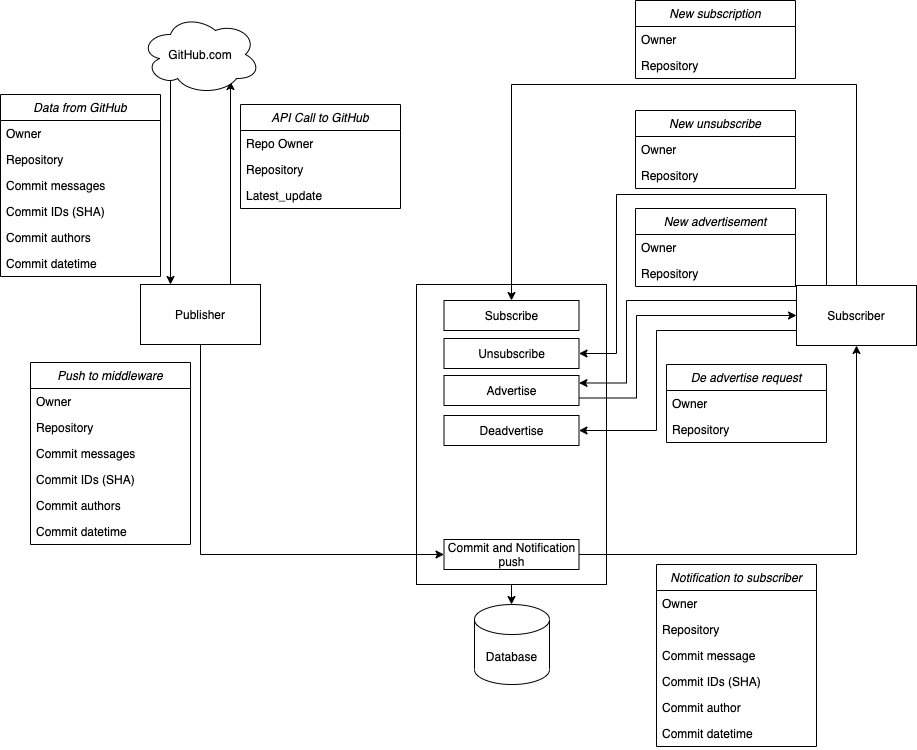
The draw.io diagram DataflowDiagram.png in DaleSid/github-notifier, before a commit. Source tidied: cells renumbered, new cells last; positions are measured from the earlier drawing's top-left corner, leaving out a move shared by most shapes.
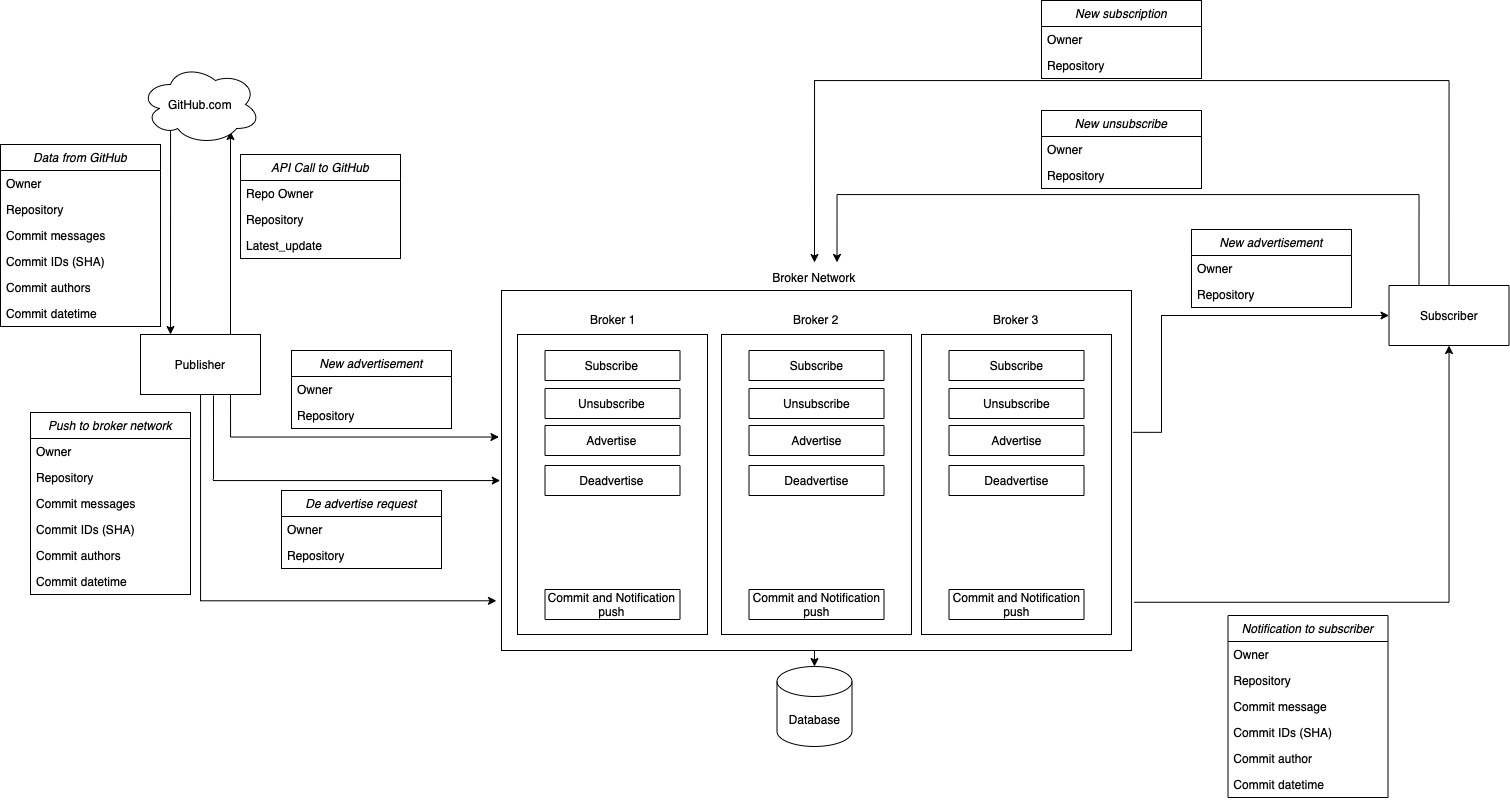
The same diagram one commit later.

What changed in the source:
```diff
@@ -2,24 +2,30 @@
   <root>
     <mxCell id="0" />
     <mxCell id="1" parent="0" />
+    <mxCell id="59" style="rounded=0;whiteSpace=wrap;html=1;" parent="1" vertex="1">
+      <mxGeometry x="400" y="240" width="630" height="360" as="geometry" />
+    </mxCell>
     <mxCell id="2" style="edgeStyle=orthogonalEdgeStyle;rounded=0;jettySize=auto;html=1;exitX=0.75;exitY=0;exitDx=0;exitDy=0;entryX=0.75;entryY=0.838;entryDx=0;entryDy=0;entryPerimeter=0;" parent="1" edge="1" source="3" target="5">
       <mxGeometry relative="1" as="geometry" />
     </mxCell>
+    <mxCell id="60" style="edgeStyle=orthogonalEdgeStyle;rounded=0;jettySize=auto;html=1;exitX=0.75;exitY=1;exitDx=0;exitDy=0;entryX=-0.004;entryY=0.407;entryDx=0;entryDy=0;entryPerimeter=0;" parent="1" edge="1" source="3" target="59">
+      <mxGeometry relative="1" as="geometry" />
+    </mxCell>
     <mxCell id="3" value="Publisher" style="rounded=0;whiteSpace=wrap;html=1;" parent="1" vertex="1">
-      <mxGeometry x="140" y="284" width="120" height="60" as="geometry" />
+      <mxGeometry x="39" y="284" width="120" height="60" as="geometry" />
     </mxCell>
     <mxCell id="4" style="edgeStyle=orthogonalEdgeStyle;rounded=0;jettySize=auto;html=1;entryX=0.25;entryY=0;entryDx=0;entryDy=0;exitX=0.31;exitY=0.8;exitDx=0;exitDy=0;exitPerimeter=0;" parent="1" edge="1" source="5" target="3">
       <mxGeometry relative="1" as="geometry">
         <Array as="points">
-          <mxPoint x="170" y="78" />
+          <mxPoint x="69" y="78" />
         </Array>
       </mxGeometry>
     </mxCell>
     <mxCell id="5" value="GitHub.com" style="ellipse;shape=cloud;whiteSpace=wrap;html=1;" parent="1" vertex="1">
-      <mxGeometry x="140" y="14" width="120" height="80" as="geometry" />
+      <mxGeometry x="39" y="14" width="120" height="80" as="geometry" />
     </mxCell>
     <mxCell id="6" value="API Call to GitHub" style="swimlane;fontStyle=2;align=center;verticalAlign=top;horizontal=1;startSize=26;rounded=0;shadow=0;strokeWidth=1;" parent="1" vertex="1">
-      <mxGeometry x="240" y="104" width="160" height="104" as="geometry" />
+      <mxGeometry x="139" y="104" width="160" height="104" as="geometry" />
     </mxCell>
     <mxCell id="7" value="Repo Owner" style="text;align=left;verticalAlign=top;spacingLeft=4;spacingRight=4;overflow=hidden;" parent="6" vertex="1">
       <mxGeometry y="26" width="160" height="26" as="geometry" />
@@ -31,7 +37,7 @@
       <mxGeometry y="78" width="160" height="26" as="geometry" />
     </mxCell>
     <mxCell id="10" value="Data from GitHub" style="swimlane;fontStyle=2;align=center;verticalAlign=top;horizontal=1;startSize=26;rounded=0;shadow=0;strokeWidth=1;" parent="1" vertex="1">
-      <mxGeometry y="94" width="160" height="182" as="geometry" />
+      <mxGeometry x="-101" y="94" width="160" height="182" as="geometry" />
     </mxCell>
     <mxCell id="11" value="Owner" style="text;align=left;verticalAlign=top;spacingLeft=4;spacingRight=4;overflow=hidden;" parent="10" vertex="1">
       <mxGeometry y="26" width="160" height="26" as="geometry" />
@@ -51,14 +57,16 @@
     <mxCell id="16" value="Commit datetime" style="text;align=left;verticalAlign=top;spacingLeft=4;spacingRight=4;overflow=hidden;" parent="10" vertex="1">
       <mxGeometry y="156" width="160" height="26" as="geometry" />
     </mxCell>
-    <mxCell id="17" style="edgeStyle=orthogonalEdgeStyle;rounded=0;jettySize=auto;html=1;entryX=0.5;entryY=0;entryDx=0;entryDy=0;entryPerimeter=0;" parent="1" edge="1" source="18" target="28">
-      <mxGeometry relative="1" as="geometry" />
+    <mxCell id="17" style="edgeStyle=orthogonalEdgeStyle;rounded=0;jettySize=auto;html=1;entryX=0.5;entryY=0;entryDx=0;entryDy=0;entryPerimeter=0;" parent="1" edge="1" target="28">
+      <mxGeometry relative="1" as="geometry">
+        <mxPoint x="713" y="600" as="sourcePoint" />
+      </mxGeometry>
     </mxCell>
     <mxCell id="18" style="rounded=0;whiteSpace=wrap;html=1;" parent="1" vertex="1">
       <mxGeometry x="416" y="284" width="190" height="300" as="geometry" />
     </mxCell>
-    <mxCell id="19" value="Push to middleware" style="swimlane;fontStyle=2;align=center;verticalAlign=top;horizontal=1;startSize=26;rounded=0;shadow=0;strokeWidth=1;" parent="1" vertex="1">
-      <mxGeometry x="30" y="362" width="160" height="182" as="geometry" />
+    <mxCell id="19" value="Push to broker network" style="swimlane;fontStyle=2;align=center;verticalAlign=top;horizontal=1;startSize=26;rounded=0;shadow=0;strokeWidth=1;" parent="1" vertex="1">
+      <mxGeometry x="-71" y="362" width="160" height="182" as="geometry" />
     </mxCell>
     <mxCell id="20" value="Owner" style="text;align=left;verticalAlign=top;spacingLeft=4;spacingRight=4;overflow=hidden;" parent="19" vertex="1">
       <mxGeometry y="26" width="160" height="26" as="geometry" />
@@ -78,14 +86,14 @@
     <mxCell id="25" value="Commit datetime" style="text;align=left;verticalAlign=top;spacingLeft=4;spacingRight=4;overflow=hidden;" parent="19" vertex="1">
       <mxGeometry y="156" width="160" height="26" as="geometry" />
     </mxCell>
-    <mxCell id="26" style="edgeStyle=orthogonalEdgeStyle;rounded=0;jettySize=auto;html=1;exitX=1;exitY=0.5;exitDx=0;exitDy=0;entryX=0.5;entryY=1;entryDx=0;entryDy=0;" parent="1" edge="1" source="27" target="38">
+    <mxCell id="26" style="edgeStyle=orthogonalEdgeStyle;rounded=0;jettySize=auto;html=1;exitX=1.004;exitY=0.866;exitDx=0;exitDy=0;entryX=0.5;entryY=1;entryDx=0;entryDy=0;exitPerimeter=0;" parent="1" edge="1" source="59" target="38">
       <mxGeometry relative="1" as="geometry" />
     </mxCell>
     <mxCell id="27" value="Commit and Notification push" style="rounded=0;whiteSpace=wrap;html=1;" parent="1" vertex="1">
       <mxGeometry x="443.5" y="539" width="135" height="30" as="geometry" />
     </mxCell>
     <mxCell id="28" value="Database" style="shape=cylinder3;whiteSpace=wrap;html=1;boundedLbl=1;backgroundOutline=1;size=15;" parent="1" vertex="1">
-      <mxGeometry x="474" y="604" width="75" height="80" as="geometry" />
+      <mxGeometry x="675.5" y="616" width="75" height="80" as="geometry" />
     </mxCell>
     <mxCell id="29" value="Subscribe" style="rounded=0;whiteSpace=wrap;html=1;" parent="1" vertex="1">
       <mxGeometry x="443.5" y="300" width="135" height="30" as="geometry" />
@@ -93,61 +101,48 @@
     <mxCell id="30" value="Unsubscribe" style="rounded=0;whiteSpace=wrap;html=1;" parent="1" vertex="1">
       <mxGeometry x="443.5" y="338" width="135" height="30" as="geometry" />
     </mxCell>
-    <mxCell id="31" style="edgeStyle=orthogonalEdgeStyle;rounded=0;jettySize=auto;html=1;exitX=1;exitY=0.75;exitDx=0;exitDy=0;entryX=0;entryY=0.5;entryDx=0;entryDy=0;" parent="1" edge="1" source="32" target="38">
-      <mxGeometry relative="1" as="geometry">
-        <Array as="points">
-          <mxPoint x="636" y="398" />
-          <mxPoint x="636" y="315" />
-        </Array>
-      </mxGeometry>
-    </mxCell>
     <mxCell id="32" value="Advertise" style="rounded=0;whiteSpace=wrap;html=1;" parent="1" vertex="1">
       <mxGeometry x="443.5" y="375" width="135" height="30" as="geometry" />
     </mxCell>
     <mxCell id="33" value="Deadvertise" style="rounded=0;whiteSpace=wrap;html=1;" parent="1" vertex="1">
       <mxGeometry x="443.5" y="415" width="135" height="30" as="geometry" />
     </mxCell>
-    <mxCell id="34" style="edgeStyle=orthogonalEdgeStyle;rounded=0;jettySize=auto;html=1;entryX=0.5;entryY=0;entryDx=0;entryDy=0;exitX=0.5;exitY=0;exitDx=0;exitDy=0;" parent="1" edge="1" source="38" target="29">
+    <mxCell id="34" style="edgeStyle=orthogonalEdgeStyle;rounded=0;jettySize=auto;html=1;entryX=0.5;entryY=0;entryDx=0;entryDy=0;exitX=0.5;exitY=0;exitDx=0;exitDy=0;" parent="1" edge="1" source="38" target="73">
       <mxGeometry relative="1" as="geometry">
         <Array as="points">
-          <mxPoint x="856" y="84" />
-          <mxPoint x="511" y="84" />
+          <mxPoint x="1348" y="30" />
+          <mxPoint x="713" y="30" />
         </Array>
       </mxGeometry>
     </mxCell>
-    <mxCell id="35" style="edgeStyle=orthogonalEdgeStyle;rounded=0;jettySize=auto;html=1;exitX=0.25;exitY=0;exitDx=0;exitDy=0;entryX=1;entryY=0.5;entryDx=0;entryDy=0;" parent="1" edge="1" source="38" target="30">
+    <mxCell id="35" style="edgeStyle=orthogonalEdgeStyle;rounded=0;jettySize=auto;html=1;exitX=0.25;exitY=0;exitDx=0;exitDy=0;entryX=0.75;entryY=0;entryDx=0;entryDy=0;" parent="1" edge="1" source="38" target="73">
       <mxGeometry relative="1" as="geometry">
         <Array as="points">
-          <mxPoint x="826" y="194" />
-          <mxPoint x="616" y="194" />
-          <mxPoint x="616" y="353" />
+          <mxPoint x="1318" y="144" />
+          <mxPoint x="736" y="144" />
         </Array>
       </mxGeometry>
     </mxCell>
-    <mxCell id="36" style="edgeStyle=orthogonalEdgeStyle;rounded=0;jettySize=auto;html=1;exitX=0;exitY=0.25;exitDx=0;exitDy=0;entryX=1;entryY=0.25;entryDx=0;entryDy=0;" parent="1" edge="1" source="38" target="32">
+    <mxCell id="36" style="edgeStyle=orthogonalEdgeStyle;rounded=0;jettySize=auto;html=1;exitX=1.002;exitY=0.394;exitDx=0;exitDy=0;entryX=0;entryY=0.5;entryDx=0;entryDy=0;exitPerimeter=0;" parent="1" edge="1" source="59" target="38">
       <mxGeometry relative="1" as="geometry">
         <Array as="points">
-          <mxPoint x="626" y="300" />
-          <mxPoint x="626" y="383" />
+          <mxPoint x="1060" y="382" />
+          <mxPoint x="1060" y="265" />
         </Array>
       </mxGeometry>
     </mxCell>
-    <mxCell id="37" style="edgeStyle=orthogonalEdgeStyle;rounded=0;jettySize=auto;html=1;exitX=0;exitY=0.75;exitDx=0;exitDy=0;entryX=1;entryY=0.5;entryDx=0;entryDy=0;" parent="1" edge="1" source="38" target="33">
-      <mxGeometry relative="1" as="geometry">
-        <Array as="points">
-          <mxPoint x="656" y="330" />
-          <mxPoint x="656" y="430" />
-        </Array>
-      </mxGeometry>
-    </mxCell>
     <mxCell id="38" value="Subscriber" style="rounded=0;whiteSpace=wrap;html=1;" parent="1" vertex="1">
-      <mxGeometry x="796" y="285" width="120" height="60" as="geometry" />
+      <mxGeometry x="1287.5" y="235" width="120" height="60" as="geometry" />
     </mxCell>
-    <mxCell id="39" style="edgeStyle=orthogonalEdgeStyle;rounded=0;jettySize=auto;html=1;entryX=0;entryY=0.5;entryDx=0;entryDy=0;exitX=0.5;exitY=1;exitDx=0;exitDy=0;" parent="1" edge="1" source="3" target="27">
-      <mxGeometry relative="1" as="geometry" />
+    <mxCell id="39" style="edgeStyle=orthogonalEdgeStyle;rounded=0;jettySize=auto;html=1;exitX=0.5;exitY=1;exitDx=0;exitDy=0;entryX=-0.008;entryY=0.862;entryDx=0;entryDy=0;entryPerimeter=0;" parent="1" edge="1" source="3" target="59">
+      <mxGeometry relative="1" as="geometry">
+        <Array as="points">
+          <mxPoint x="99" y="550" />
+        </Array>
+      </mxGeometry>
     </mxCell>
     <mxCell id="40" value="Notification to subscriber" style="swimlane;fontStyle=2;align=center;verticalAlign=top;horizontal=1;startSize=26;rounded=0;shadow=0;strokeWidth=1;" parent="1" vertex="1">
-      <mxGeometry x="656" y="564" width="160" height="182" as="geometry" />
+      <mxGeometry x="1126.5" y="565" width="160" height="182" as="geometry" />
     </mxCell>
     <mxCell id="41" value="Owner" style="text;align=left;verticalAlign=top;spacingLeft=4;spacingRight=4;overflow=hidden;" parent="40" vertex="1">
       <mxGeometry y="26" width="160" height="26" as="geometry" />
@@ -168,7 +163,7 @@
       <mxGeometry y="156" width="160" height="26" as="geometry" />
     </mxCell>
     <mxCell id="47" value="New subscription" style="swimlane;fontStyle=2;align=center;verticalAlign=top;horizontal=1;startSize=26;rounded=0;shadow=0;strokeWidth=1;" parent="1" vertex="1">
-      <mxGeometry x="635" width="160" height="78" as="geometry" />
+      <mxGeometry x="940" y="-50" width="160" height="78" as="geometry" />
     </mxCell>
     <mxCell id="48" value="Owner" style="text;align=left;verticalAlign=top;spacingLeft=4;spacingRight=4;overflow=hidden;" parent="47" vertex="1">
       <mxGeometry y="26" width="160" height="26" as="geometry" />
@@ -177,7 +172,7 @@
       <mxGeometry y="52" width="160" height="26" as="geometry" />
     </mxCell>
     <mxCell id="50" value="New unsubscribe" style="swimlane;fontStyle=2;align=center;verticalAlign=top;horizontal=1;startSize=26;rounded=0;shadow=0;strokeWidth=1;" parent="1" vertex="1">
-      <mxGeometry x="635" y="110" width="160" height="78" as="geometry" />
+      <mxGeometry x="940" y="60" width="160" height="78" as="geometry" />
     </mxCell>
     <mxCell id="51" value="Owner" style="text;align=left;verticalAlign=top;spacingLeft=4;spacingRight=4;overflow=hidden;" parent="50" vertex="1">
       <mxGeometry y="26" width="160" height="26" as="geometry" />
@@ -186,7 +181,7 @@
       <mxGeometry y="52" width="160" height="26" as="geometry" />
     </mxCell>
     <mxCell id="53" value="New advertisement" style="swimlane;fontStyle=2;align=center;verticalAlign=top;horizontal=1;startSize=26;rounded=0;shadow=0;strokeWidth=1;" parent="1" vertex="1">
-      <mxGeometry x="635" y="208" width="160" height="78" as="geometry" />
+      <mxGeometry x="1090" y="179" width="160" height="78" as="geometry" />
     </mxCell>
     <mxCell id="54" value="Owner" style="text;align=left;verticalAlign=top;spacingLeft=4;spacingRight=4;overflow=hidden;" parent="53" vertex="1">
       <mxGeometry y="26" width="160" height="26" as="geometry" />
@@ -194,14 +189,74 @@
     <mxCell id="55" value="Repository" style="text;align=left;verticalAlign=top;spacingLeft=4;spacingRight=4;overflow=hidden;rounded=0;shadow=0;html=0;" parent="53" vertex="1">
       <mxGeometry y="52" width="160" height="26" as="geometry" />
     </mxCell>
+    <mxCell id="61" style="rounded=0;whiteSpace=wrap;html=1;" parent="1" vertex="1">
+      <mxGeometry x="620" y="284" width="190" height="300" as="geometry" />
+    </mxCell>
+    <mxCell id="62" value="Commit and Notification push" style="rounded=0;whiteSpace=wrap;html=1;" parent="1" vertex="1">
+      <mxGeometry x="647.5" y="539" width="135" height="30" as="geometry" />
+    </mxCell>
+    <mxCell id="63" value="Subscribe" style="rounded=0;whiteSpace=wrap;html=1;" parent="1" vertex="1">
+      <mxGeometry x="647.5" y="300" width="135" height="30" as="geometry" />
+    </mxCell>
+    <mxCell id="64" value="Unsubscribe" style="rounded=0;whiteSpace=wrap;html=1;" parent="1" vertex="1">
+      <mxGeometry x="647.5" y="338" width="135" height="30" as="geometry" />
+    </mxCell>
+    <mxCell id="65" value="Advertise" style="rounded=0;whiteSpace=wrap;html=1;" parent="1" vertex="1">
+      <mxGeometry x="647.5" y="375" width="135" height="30" as="geometry" />
+    </mxCell>
+    <mxCell id="66" value="Deadvertise" style="rounded=0;whiteSpace=wrap;html=1;" parent="1" vertex="1">
+      <mxGeometry x="647.5" y="415" width="135" height="30" as="geometry" />
+    </mxCell>
+    <mxCell id="67" style="rounded=0;whiteSpace=wrap;html=1;" parent="1" vertex="1">
+      <mxGeometry x="820" y="284" width="190" height="300" as="geometry" />
+    </mxCell>
+    <mxCell id="68" value="Commit and Notification push" style="rounded=0;whiteSpace=wrap;html=1;" parent="1" vertex="1">
+      <mxGeometry x="847.5" y="539" width="135" height="30" as="geometry" />
+    </mxCell>
+    <mxCell id="69" value="Subscribe" style="rounded=0;whiteSpace=wrap;html=1;" parent="1" vertex="1">
+      <mxGeometry x="847.5" y="300" width="135" height="30" as="geometry" />
+    </mxCell>
+    <mxCell id="70" value="Unsubscribe" style="rounded=0;whiteSpace=wrap;html=1;" parent="1" vertex="1">
+      <mxGeometry x="847.5" y="338" width="135" height="30" as="geometry" />
+    </mxCell>
+    <mxCell id="71" value="Advertise" style="rounded=0;whiteSpace=wrap;html=1;" parent="1" vertex="1">
+      <mxGeometry x="847.5" y="375" width="135" height="30" as="geometry" />
+    </mxCell>
+    <mxCell id="72" value="Deadvertise" style="rounded=0;whiteSpace=wrap;html=1;" parent="1" vertex="1">
+      <mxGeometry x="847.5" y="415" width="135" height="30" as="geometry" />
+    </mxCell>
+    <mxCell id="73" value="Broker Network" style="text;html=1;strokeColor=none;fillColor=none;align=center;verticalAlign=middle;whiteSpace=wrap;rounded=0;" parent="1" vertex="1">
+      <mxGeometry x="668" y="212" width="90" height="30" as="geometry" />
+    </mxCell>
+    <mxCell id="74" value="Broker 1" style="text;html=1;strokeColor=none;fillColor=none;align=center;verticalAlign=middle;whiteSpace=wrap;rounded=0;" parent="1" vertex="1">
+      <mxGeometry x="466.5" y="254" width="90" height="30" as="geometry" />
+    </mxCell>
+    <mxCell id="75" value="Broker 2" style="text;html=1;strokeColor=none;fillColor=none;align=center;verticalAlign=middle;whiteSpace=wrap;rounded=0;" parent="1" vertex="1">
+      <mxGeometry x="670" y="254" width="90" height="30" as="geometry" />
+    </mxCell>
+    <mxCell id="76" value="Broker 3" style="text;html=1;strokeColor=none;fillColor=none;align=center;verticalAlign=middle;whiteSpace=wrap;rounded=0;" parent="1" vertex="1">
+      <mxGeometry x="870" y="254" width="90" height="30" as="geometry" />
+    </mxCell>
+    <mxCell id="77" value="New advertisement" style="swimlane;fontStyle=2;align=center;verticalAlign=top;horizontal=1;startSize=26;rounded=0;shadow=0;strokeWidth=1;" parent="1" vertex="1">
+      <mxGeometry x="190" y="300" width="160" height="78" as="geometry" />
+    </mxCell>
+    <mxCell id="78" value="Owner" style="text;align=left;verticalAlign=top;spacingLeft=4;spacingRight=4;overflow=hidden;" parent="77" vertex="1">
+      <mxGeometry y="26" width="160" height="26" as="geometry" />
+    </mxCell>
+    <mxCell id="79" value="Repository" style="text;align=left;verticalAlign=top;spacingLeft=4;spacingRight=4;overflow=hidden;rounded=0;shadow=0;html=0;" parent="77" vertex="1">
+      <mxGeometry y="52" width="160" height="26" as="geometry" />
+    </mxCell>
+    <mxCell id="80" style="edgeStyle=orthogonalEdgeStyle;rounded=0;jettySize=auto;html=1;exitX=0.608;exitY=1.017;exitDx=0;exitDy=0;entryX=-0.002;entryY=0.528;entryDx=0;entryDy=0;entryPerimeter=0;exitPerimeter=0;" parent="1" edge="1" source="3" target="59">
+      <mxGeometry relative="1" as="geometry" />
+    </mxCell>
     <mxCell id="56" value="De advertise request" style="swimlane;fontStyle=2;align=center;verticalAlign=top;horizontal=1;startSize=26;rounded=0;shadow=0;strokeWidth=1;" parent="1" vertex="1">
-      <mxGeometry x="666" y="364" width="160" height="78" as="geometry" />
+      <mxGeometry x="180" y="440" width="160" height="78" as="geometry" />
     </mxCell>
-    <mxCell id="57" value="Owner" style="text;align=left;verticalAlign=top;spacingLeft=4;spacingRight=4;overflow=hidden;" parent="56" vertex="1">
-      <mxGeometry y="26" width="160" height="26" as="geometry" />
-    </mxCell>
-    <mxCell id="58" value="Repository" style="text;align=left;verticalAlign=top;spacingLeft=4;spacingRight=4;overflow=hidden;rounded=0;shadow=0;html=0;" parent="56" vertex="1">
-      <mxGeometry y="52" width="160" height="26" as="geometry" />
-    </mxCell>
+    <mxCell id="81" value="Owner" style="text;align=left;verticalAlign=top;spacingLeft=4;spacingRight=4;overflow=hidden;" parent="56" vertex="1">
+      <mxGeometry y="26" width="160" height="26" as="geometry" />
+    </mxCell>
+    <mxCell id="82" value="Repository" style="text;align=left;verticalAlign=top;spacingLeft=4;spacingRight=4;overflow=hidden;rounded=0;shadow=0;html=0;" parent="56" vertex="1">
+      <mxGeometry y="52" width="160" height="26" as="geometry" />
+    </mxCell>
   </root>
 </mxGraphModel>
```
